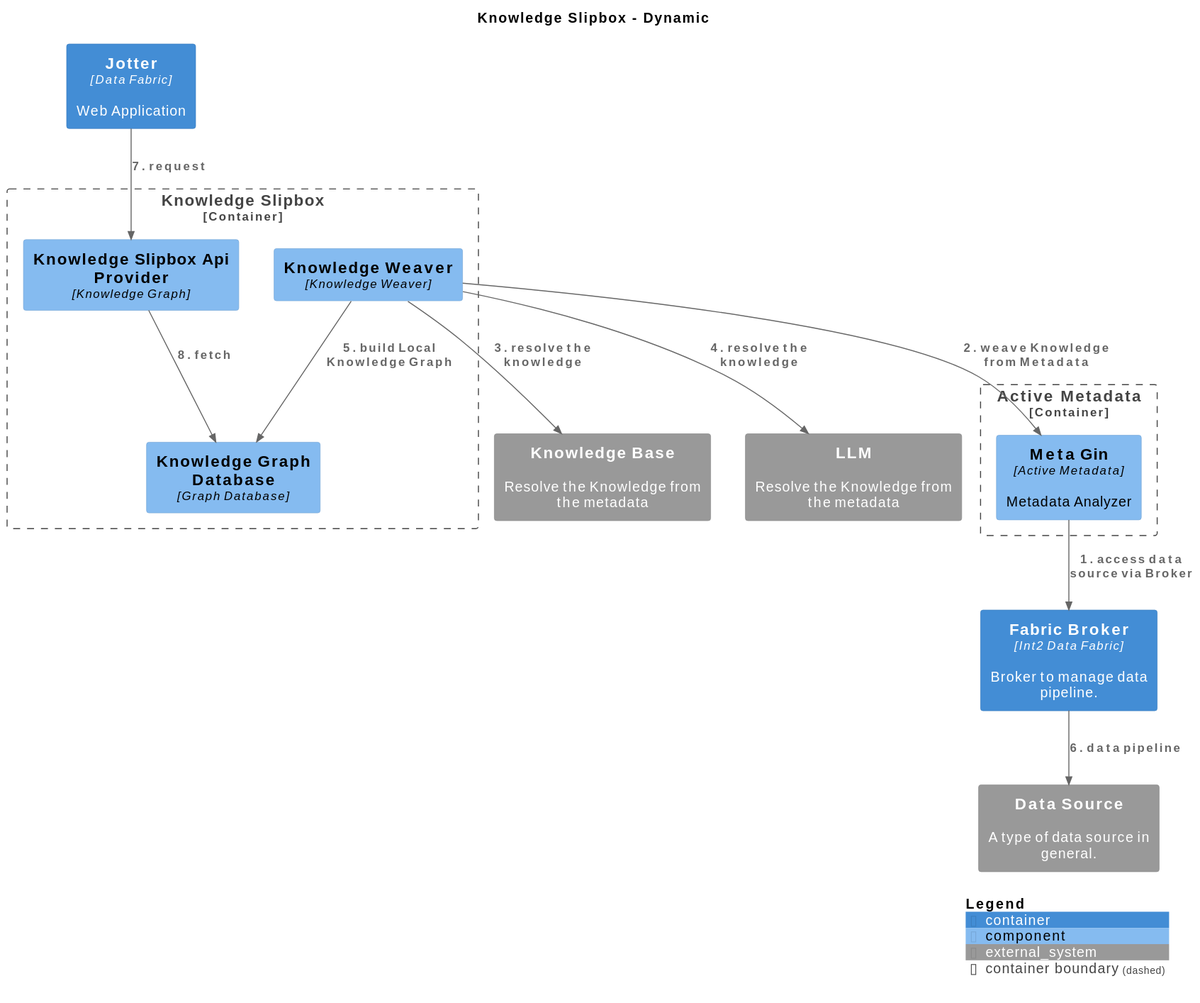
The PlantUML diagram svg/LocalKnowledgeGraph-LocalKnowledgeGraph.svg in IntellectusCorp/data-fabric-docs, before a commit. Its source is kept beside it as puml/LocalKnowledgeGraph-LocalKnowledgeGraph.puml.
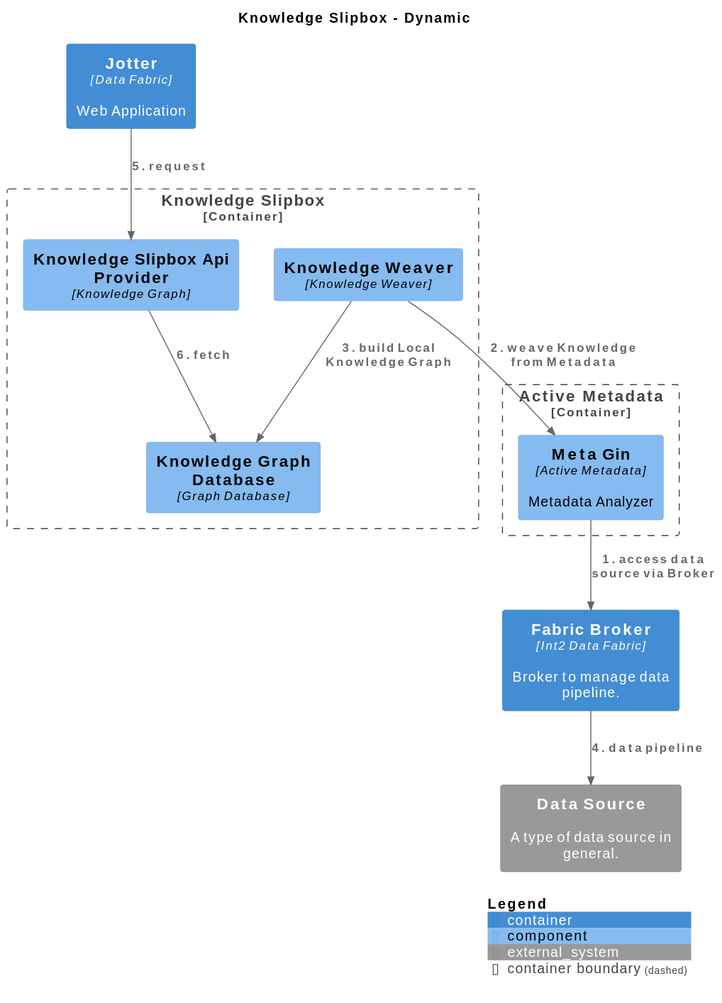
After the commit.

Diff of the diagram source:
```diff
@@ -22,19 +22,15 @@
 }
 
 Container(DataFabric.Jotter, "Jotter", "Data Fabric", "Web Application", $tags="")
+System_Ext(DataSource, "Data Source", "A type of data source in general.", $tags="")
 Container(DataFabric.FabricBroker, "Fabric Broker", "Int2 Data Fabric", "Broker to manage data pipeline.", $tags="")
-System_Ext(DataSource, "Data Source", "A type of data source in general.", $tags="")
-System_Ext(KnowledgeBase, "Knowledge Base", "Resolve the Knowledge from the metadata", $tags="")
-System_Ext(LLM, "LLM", "Resolve the Knowledge from the metadata", $tags="")
 
 Rel_D(DataFabric.ActiveMetadata.MetaGin, DataFabric.FabricBroker, "1. access data source via Broker", $tags="")
 Rel_D(DataFabric.KnowledgeSlipbox.KnowledgeWeaver, DataFabric.ActiveMetadata.MetaGin, "2. weave Knowledge from Metadata", $tags="")
-Rel_D(DataFabric.KnowledgeSlipbox.KnowledgeWeaver, KnowledgeBase, "3. resolve the knowledge", $tags="")
-Rel_D(DataFabric.KnowledgeSlipbox.KnowledgeWeaver, LLM, "4. resolve the knowledge", $tags="")
-Rel_D(DataFabric.KnowledgeSlipbox.KnowledgeWeaver, DataFabric.KnowledgeSlipbox.KnowledgeGraphDatabase, "5. build Local Knowledge Graph", $tags="")
-Rel_D(DataFabric.FabricBroker, DataSource, "6. data pipeline", $tags="")
-Rel_D(DataFabric.Jotter, DataFabric.KnowledgeSlipbox.KnowledgeSlipboxApiProvider, "7. request", $tags="")
-Rel_D(DataFabric.KnowledgeSlipbox.KnowledgeSlipboxApiProvider, DataFabric.KnowledgeSlipbox.KnowledgeGraphDatabase, "8. fetch", $tags="")
+Rel_D(DataFabric.KnowledgeSlipbox.KnowledgeWeaver, DataFabric.KnowledgeSlipbox.KnowledgeGraphDatabase, "3. build Local Knowledge Graph", $tags="")
+Rel_D(DataFabric.FabricBroker, DataSource, "4. data pipeline", $tags="")
+Rel_D(DataFabric.Jotter, DataFabric.KnowledgeSlipbox.KnowledgeSlipboxApiProvider, "5. request", $tags="")
+Rel_D(DataFabric.KnowledgeSlipbox.KnowledgeSlipboxApiProvider, DataFabric.KnowledgeSlipbox.KnowledgeGraphDatabase, "6. fetch", $tags="")
 
 SHOW_LEGEND(true)
 @enduml
```
